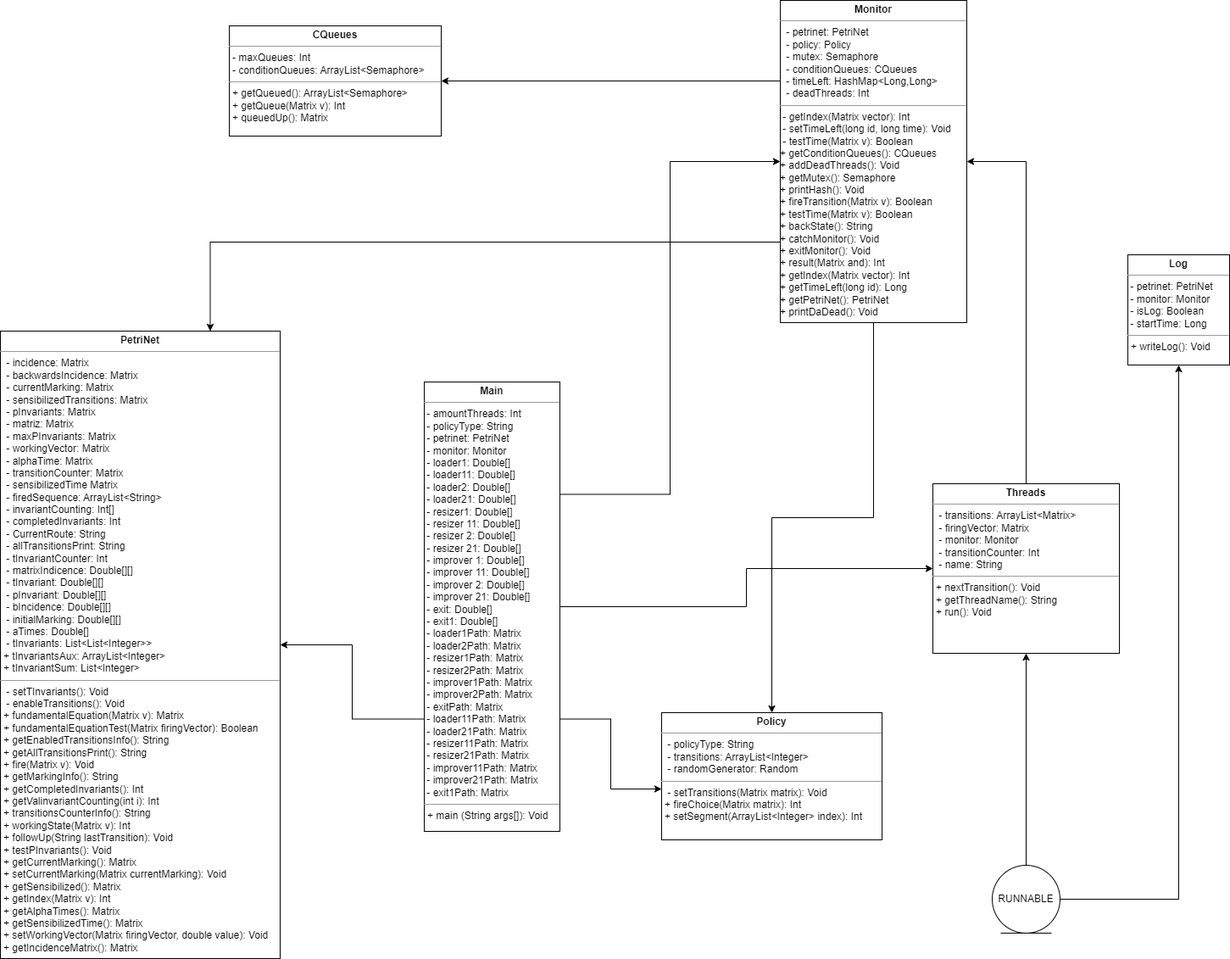
Earlier version of the draw.io export Diagramas/clases.drawio.png (w3rqil/TP2-Concu). Source tidied: cells renumbered, new cells last; positions are measured from the earlier drawing's top-left corner, leaving out a move shared by most shapes.
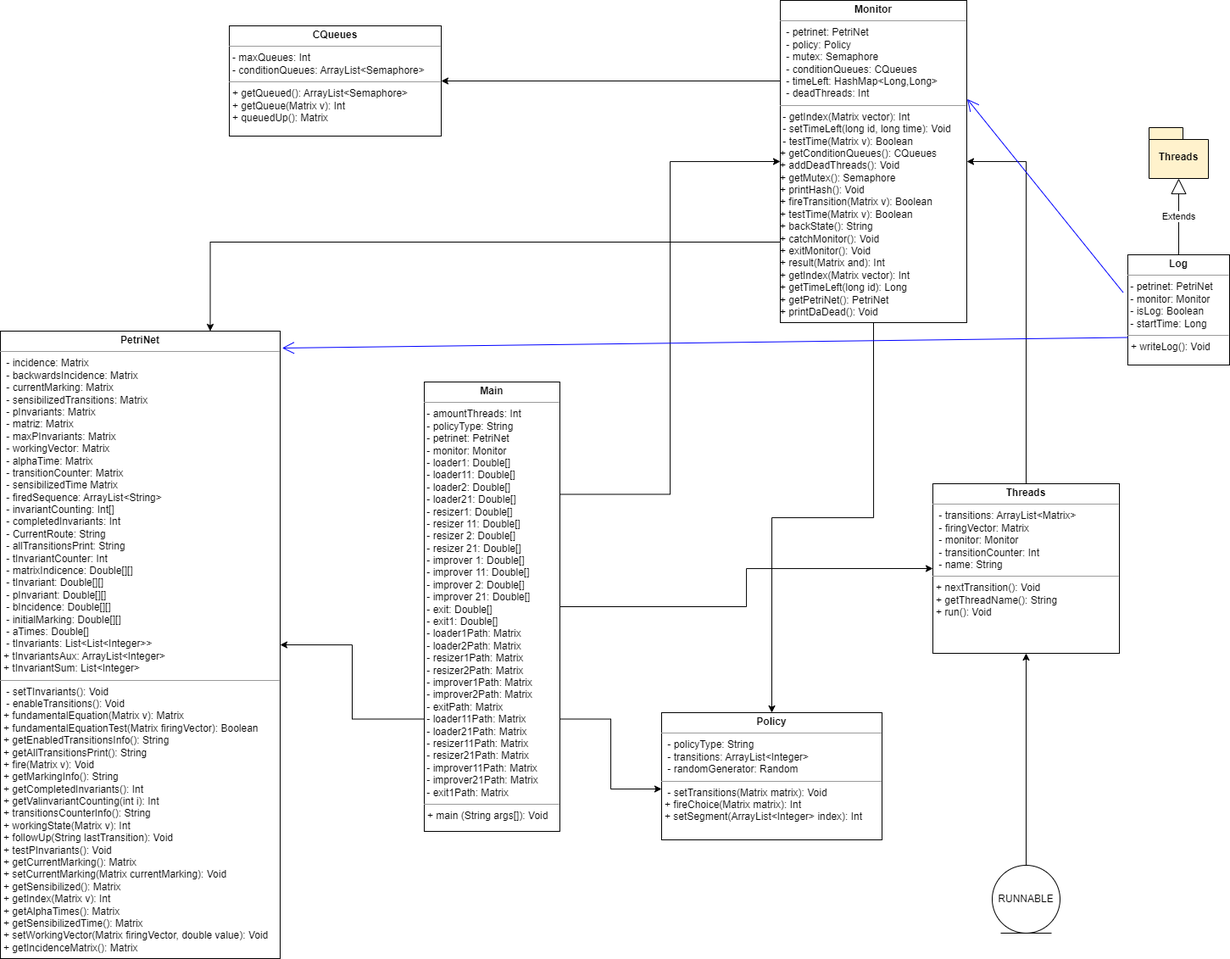
Above is the later version.

What changed in the source:
```diff
@@ -47,14 +47,23 @@
     <mxCell id="16" value="&lt;p style=&quot;margin:0px;margin-top:4px;text-align:center;&quot;&gt;&lt;b&gt;Policy&lt;/b&gt;&lt;/p&gt;&lt;hr size=&quot;1&quot;&gt;&lt;p style=&quot;margin:0px;margin-left:4px;&quot;&gt;&amp;nbsp;- policyType: String&lt;/p&gt;&lt;p style=&quot;margin:0px;margin-left:4px;&quot;&gt;&amp;nbsp;- transitions: ArrayList&amp;lt;Integer&amp;gt;&lt;/p&gt;&lt;p style=&quot;margin:0px;margin-left:4px;&quot;&gt;&amp;nbsp;- randomGenerator: Random&lt;br&gt;&lt;/p&gt;&lt;hr size=&quot;1&quot;&gt;&lt;p style=&quot;margin:0px;margin-left:4px;&quot;&gt;&amp;nbsp;- setTransitions(Matrix matrix): Void&lt;/p&gt;&lt;p style=&quot;margin:0px;margin-left:4px;&quot;&gt;+ fireChoice(Matrix matrix): Int&lt;/p&gt;&lt;p style=&quot;margin:0px;margin-left:4px;&quot;&gt;+ setSegment(ArrayList&amp;lt;Integer&amp;gt; index): Int&lt;br&gt;&lt;/p&gt;" style="verticalAlign=top;align=left;overflow=fill;fontSize=12;fontFamily=Helvetica;html=1;whiteSpace=wrap;" parent="1" vertex="1">
       <mxGeometry x="780" y="840" width="260" height="150" as="geometry" />
     </mxCell>
-    <mxCell id="17" style="edgeStyle=orthogonalEdgeStyle;rounded=0;jettySize=auto;html=1;exitX=1;exitY=0.5;exitDx=0;exitDy=0;entryX=0.5;entryY=1;entryDx=0;entryDy=0;" parent="1" edge="1" source="19" target="3">
-      <mxGeometry relative="1" as="geometry" />
-    </mxCell>
     <mxCell id="18" style="edgeStyle=orthogonalEdgeStyle;rounded=0;jettySize=auto;html=1;exitX=0.5;exitY=0;exitDx=0;exitDy=0;entryX=0.5;entryY=1;entryDx=0;entryDy=0;" parent="1" edge="1" source="19" target="15">
       <mxGeometry relative="1" as="geometry" />
     </mxCell>
     <mxCell id="19" value="RUNNABLE" style="ellipse;shape=umlEntity;whiteSpace=wrap;html=1;" parent="1" vertex="1">
       <mxGeometry x="1170" y="1020" width="80" height="80" as="geometry" />
     </mxCell>
+    <mxCell id="20" value="Threads" style="shape=folder;fontStyle=1;spacingTop=10;tabWidth=40;tabHeight=14;tabPosition=left;html=1;whiteSpace=wrap;fillColor=#FFF2CC;" parent="1" vertex="1">
+      <mxGeometry x="1355" y="150" width="70" height="60" as="geometry" />
+    </mxCell>
+    <mxCell id="21" value="Extends" style="endArrow=block;endSize=16;endFill=0;html=1;rounded=0;entryX=0.5;entryY=1;entryDx=0;entryDy=0;entryPerimeter=0;exitX=0.5;exitY=0;exitDx=0;exitDy=0;" parent="1" edge="1" source="3" target="20">
+      <mxGeometry relative="1" as="geometry" />
+    </mxCell>
+    <mxCell id="22" style="endArrow=open;html=1;rounded=0;entryX=1.002;entryY=0.306;entryDx=0;entryDy=0;endFill=0;endSize=12;entryPerimeter=0;fillColor=#FFD966;strokeColor=#0000FF;exitX=-0.047;exitY=0.341;exitDx=0;exitDy=0;exitPerimeter=0;" parent="1" edge="1" source="3" target="12">
+      <mxGeometry relative="1" as="geometry" />
+    </mxCell>
+    <mxCell id="23" style="endArrow=open;html=1;rounded=0;entryX=1.007;entryY=0.027;entryDx=0;entryDy=0;endFill=0;endSize=12;entryPerimeter=0;fillColor=#FFD966;strokeColor=#0000FF;exitX=0;exitY=0.75;exitDx=0;exitDy=0;" parent="1" edge="1" source="3" target="13">
+      <mxGeometry relative="1" as="geometry" />
+    </mxCell>
   </root>
 </mxGraphModel>
```
